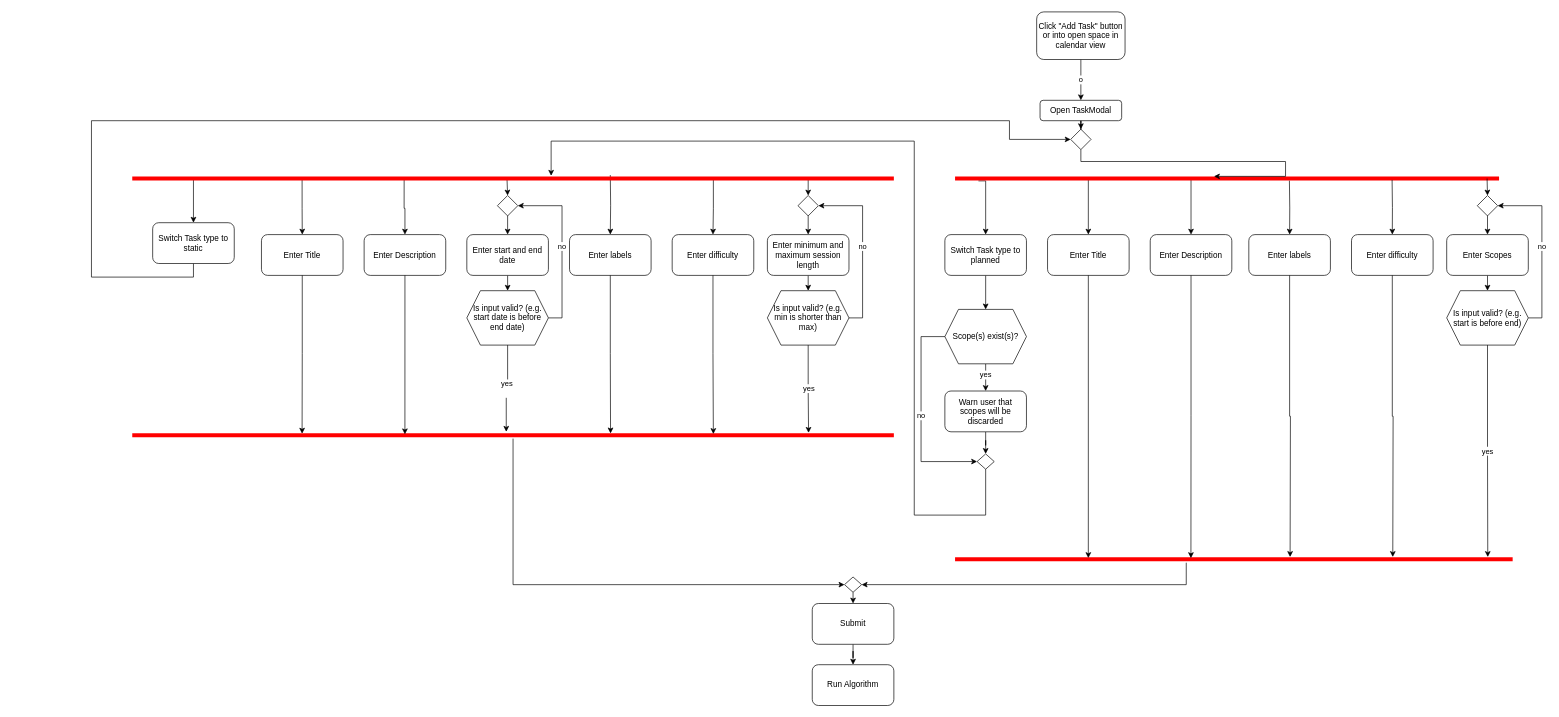
NI0-Name-Ideas-0/ChronoScope-models keeps this draw.io diagram as activity_create_task_userviewpoint.drawio. Above is the earlier version. Source tidied: cells renumbered, new cells numbered last; positions are measured from the earlier drawing's top-left corner, leaving out a move shared by most shapes. Both pictures are drawn from the tidied source at 68%, with x=0, y=0 at pixel (91, 12).
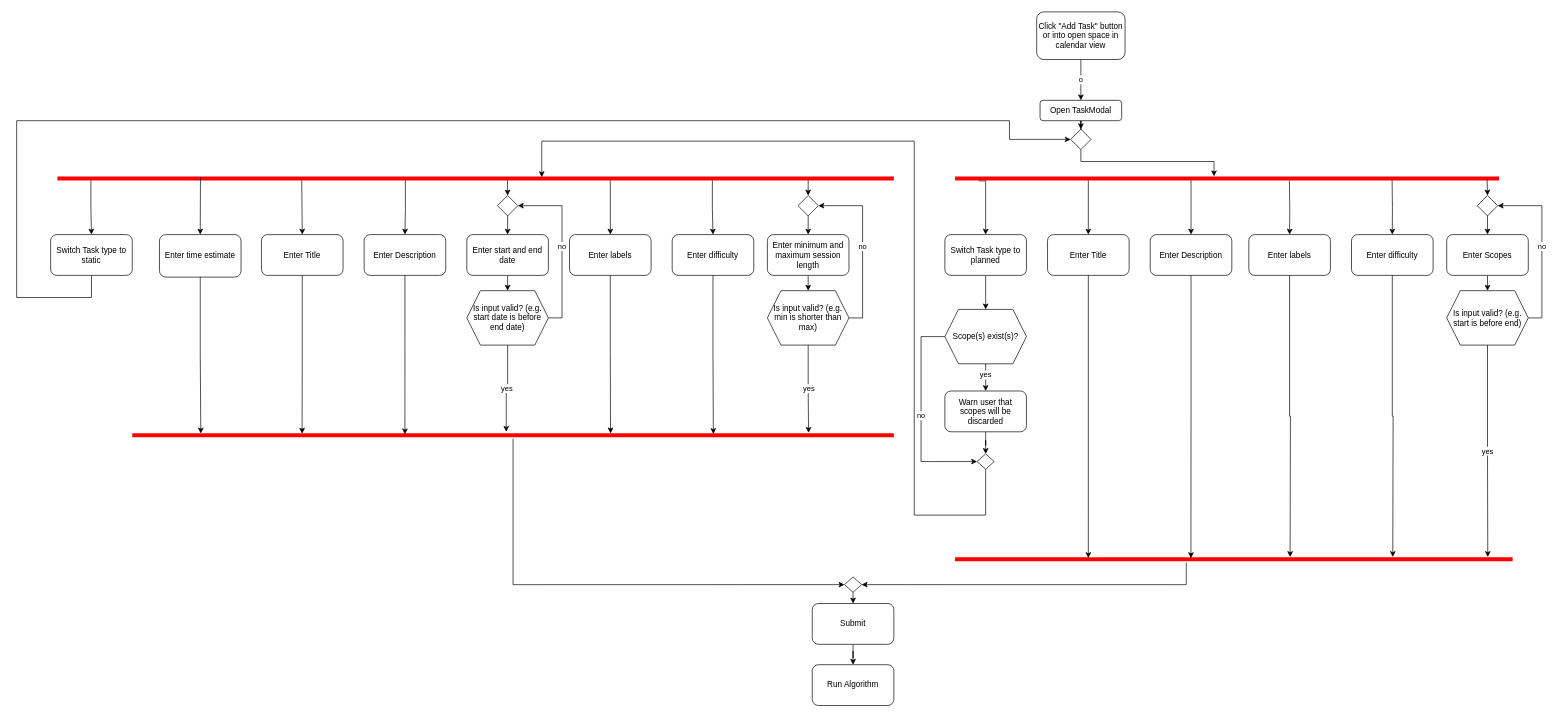
Above is the later version.

Commit message:
add time estimate to planned task modal

Unchanged cells that the change refers to:
```xml
<mxCell id="10" style="shape=line;html=1;strokeWidth=6;strokeColor=light-dark(#FF0000,#FFFFFF);" parent="1" vertex="1">
  <mxGeometry x="1270" y="240" width="800" height="10" as="geometry" />
</mxCell>
<mxCell id="27" style="rhombus;whiteSpace=wrap;html=1;" parent="1" vertex="1">
  <mxGeometry x="1302.4" y="650" width="25.2" height="22.5" as="geometry" />
</mxCell>
<mxCell id="31" style="rhombus;whiteSpace=wrap;html=1;" parent="1" vertex="1">
  <mxGeometry x="1440" y="172.5" width="30" height="30" as="geometry" />
</mxCell>
<mxCell id="45" value="Enter Title" style="rounded=1;whiteSpace=wrap;html=1;" parent="1" vertex="1">
  <mxGeometry x="250" y="327.5" width="120" height="60" as="geometry" />
</mxCell>
<mxCell id="46" value="Enter Description" style="rounded=1;whiteSpace=wrap;html=1;" parent="1" vertex="1">
  <mxGeometry x="401" y="327.5" width="120" height="60" as="geometry" />
</mxCell>
<mxCell id="51" value="Is input valid? (e.g. start date is before end date)" style="shape=hexagon;perimeter=hexagonPerimeter2;whiteSpace=wrap;html=1;fixedSize=1;" parent="1" vertex="1">
  <mxGeometry x="552" y="410" width="120" height="80" as="geometry" />
</mxCell>
<mxCell id="53" value="&lt;div&gt;Enter labels&lt;/div&gt;" style="rounded=1;whiteSpace=wrap;html=1;" parent="1" vertex="1">
  <mxGeometry x="703" y="327.5" width="120" height="60" as="geometry" />
</mxCell>
<mxCell id="54" value="Enter difficulty" style="rounded=1;whiteSpace=wrap;html=1;" parent="1" vertex="1">
  <mxGeometry x="854" y="327.5" width="120" height="60" as="geometry" />
</mxCell>
<mxCell id="55" style="rhombus;whiteSpace=wrap;html=1;" parent="1" vertex="1">
  <mxGeometry x="597" y="270" width="30" height="30" as="geometry" />
</mxCell>
<mxCell id="72" style="shape=line;html=1;strokeWidth=6;strokeColor=light-dark(#FF0000,#FFFFFF);" parent="1" vertex="1">
  <mxGeometry x="60" y="617.5" width="1120" height="10" as="geometry" />
</mxCell>
```

The edit, as a diff of the source:
```diff
@@
-    <mxCell id="19" style="edgeStyle=orthogonalEdgeStyle;rounded=0;jettySize=auto;html=1;exitX=0.077;exitY=0.5;exitDx=0;exitDy=0;exitPerimeter=0;" parent="1" edge="1" source="26" target="30">
-      <mxGeometry relative="1" as="geometry">
-        <Array as="points">
-          <mxPoint x="150" y="245" />
-        </Array>
-      </mxGeometry>
+    <mxCell id="19" style="edgeStyle=orthogonalEdgeStyle;rounded=0;jettySize=auto;html=1;exitX=0.04;exitY=0.533;exitDx=0;exitDy=0;exitPerimeter=0;" parent="1" edge="1" source="26" target="30">
+      <mxGeometry relative="1" as="geometry" />
     </mxCell>
@@
-    <mxCell id="21" style="edgeStyle=orthogonalEdgeStyle;rounded=0;jettySize=auto;html=1;exitX=0.763;exitY=0.574;exitDx=0;exitDy=0;exitPerimeter=0;" parent="1" edge="1" source="26" target="54">
+    <mxCell id="21" style="edgeStyle=orthogonalEdgeStyle;rounded=0;jettySize=auto;html=1;exitX=0.783;exitY=0.492;exitDx=0;exitDy=0;exitPerimeter=0;" parent="1" edge="1" source="26" target="54">
       <mxGeometry relative="1" as="geometry" />
     </mxCell>
-    <mxCell id="22" style="edgeStyle=orthogonalEdgeStyle;rounded=0;jettySize=auto;html=1;" parent="1" edge="1" target="53">
-      <mxGeometry relative="1" as="geometry">
-        <mxPoint x="763" y="240" as="sourcePoint" />
-      </mxGeometry>
+    <mxCell id="22" style="edgeStyle=orthogonalEdgeStyle;rounded=0;jettySize=auto;html=1;exitX=0.661;exitY=0.575;exitDx=0;exitDy=0;exitPerimeter=0;" parent="1" edge="1" source="26" target="53">
+      <mxGeometry relative="1" as="geometry" />
     </mxCell>
-    <mxCell id="23" style="edgeStyle=orthogonalEdgeStyle;rounded=0;jettySize=auto;html=1;exitX=0.492;exitY=0.342;exitDx=0;exitDy=0;exitPerimeter=0;entryX=0.5;entryY=0;entryDx=0;entryDy=0;" parent="1" edge="1" source="26" target="55">
+    <mxCell id="23" style="edgeStyle=orthogonalEdgeStyle;rounded=0;jettySize=auto;html=1;exitX=0.538;exitY=0.329;exitDx=0;exitDy=0;exitPerimeter=0;entryX=0.5;entryY=0;entryDx=0;entryDy=0;" parent="1" edge="1" source="26" target="55">
       <mxGeometry relative="1" as="geometry" />
     </mxCell>
-    <mxCell id="24" style="edgeStyle=orthogonalEdgeStyle;rounded=0;jettySize=auto;html=1;exitX=0.357;exitY=0.342;exitDx=0;exitDy=0;exitPerimeter=0;entryX=0.5;entryY=0;entryDx=0;entryDy=0;" parent="1" edge="1" source="26" target="46">
+    <mxCell id="24" style="edgeStyle=orthogonalEdgeStyle;rounded=0;jettySize=auto;html=1;exitX=0.416;exitY=0.329;exitDx=0;exitDy=0;exitPerimeter=0;entryX=0.5;entryY=0;entryDx=0;entryDy=0;" parent="1" edge="1" source="26" target="46">
       <mxGeometry relative="1" as="geometry" />
     </mxCell>
-    <mxCell id="25" style="edgeStyle=orthogonalEdgeStyle;rounded=0;jettySize=auto;html=1;exitX=0.223;exitY=0.513;exitDx=0;exitDy=0;exitPerimeter=0;entryX=0.5;entryY=0;entryDx=0;entryDy=0;" parent="1" edge="1" source="26" target="45">
-      <mxGeometry relative="1" as="geometry" />
+    <mxCell id="25" style="edgeStyle=orthogonalEdgeStyle;rounded=0;jettySize=auto;html=1;exitX=0.292;exitY=0.686;exitDx=0;exitDy=0;exitPerimeter=0;entryX=0.5;entryY=0;entryDx=0;entryDy=0;" parent="1" edge="1" source="26" target="45">
+      <mxGeometry relative="1" as="geometry">
+        <Array as="points">
+          <mxPoint x="309" y="245" />
+          <mxPoint x="310" y="245" />
+        </Array>
+      </mxGeometry>
     </mxCell>
     <mxCell id="26" style="shape=line;html=1;strokeWidth=6;strokeColor=light-dark(#FF0000,#FFFFFF);" parent="1" vertex="1">
-      <mxGeometry x="60" y="240" width="1120" height="10" as="geometry" />
+      <mxGeometry x="-50" y="240" width="1230" height="10" as="geometry" />
     </mxCell>
@@
-    <mxCell id="28" style="edgeStyle=orthogonalEdgeStyle;rounded=0;jettySize=auto;html=1;exitX=0.5;exitY=1;exitDx=0;exitDy=0;entryX=0.55;entryY=0.1;entryDx=0;entryDy=0;entryPerimeter=0;" parent="1" edge="1" source="27" target="26">
+    <mxCell id="28" style="edgeStyle=orthogonalEdgeStyle;rounded=0;jettySize=auto;html=1;exitX=0.5;exitY=1;exitDx=0;exitDy=0;entryX=0.579;entryY=0.3;entryDx=0;entryDy=0;entryPerimeter=0;" parent="1" edge="1" source="27" target="26">
       <mxGeometry relative="1" as="geometry">
         <Array as="points">
           <mxPoint x="1315" y="740" />
           <mxPoint x="1210" y="740" />
           <mxPoint x="1210" y="190" />
-          <mxPoint x="676" y="190" />
+          <mxPoint x="662" y="190" />
+          <mxPoint x="662" y="243" />
         </Array>
       </mxGeometry>
     </mxCell>
     <mxCell id="29" style="edgeStyle=orthogonalEdgeStyle;rounded=0;jettySize=auto;html=1;exitX=0.5;exitY=1;exitDx=0;exitDy=0;entryX=0;entryY=0.5;entryDx=0;entryDy=0;" parent="1" edge="1" source="30" target="31">
       <mxGeometry relative="1" as="geometry">
         <Array as="points">
-          <mxPoint x="150" y="390" />
-          <mxPoint y="390" />
-          <mxPoint y="160" />
+          <mxPoint y="420" />
+          <mxPoint x="-110" y="420" />
+          <mxPoint x="-110" y="160" />
           <mxPoint x="1350" y="160" />
           <mxPoint x="1350" y="188" />
         </Array>
       </mxGeometry>
     </mxCell>
     <mxCell id="30" value="Switch Task type to static" style="rounded=1;whiteSpace=wrap;html=1;" parent="1" vertex="1">
-      <mxGeometry x="90" y="310" width="120" height="60" as="geometry" />
+      <mxGeometry x="-60" y="327.5" width="120" height="60" as="geometry" />
     </mxCell>
@@
     <mxCell id="34" style="edgeStyle=orthogonalEdgeStyle;rounded=0;jettySize=auto;html=1;exitX=0.5;exitY=1;exitDx=0;exitDy=0;entryX=0.476;entryY=0.186;entryDx=0;entryDy=0;entryPerimeter=0;" parent="1" edge="1" source="31" target="10">
       <mxGeometry relative="1" as="geometry">
         <Array as="points">
           <mxPoint x="1455" y="220" />
-          <mxPoint x="1756" y="220" />
+          <mxPoint x="1650" y="220" />
+          <mxPoint x="1650" y="242" />
         </Array>
       </mxGeometry>
     </mxCell>
@@
-    <mxCell id="50" value="&lt;div&gt;yes&lt;/div&gt;&lt;div&gt;&lt;br&gt;&lt;/div&gt;" style="edgeStyle=orthogonalEdgeStyle;rounded=0;jettySize=auto;html=1;exitX=0.5;exitY=1;exitDx=0;exitDy=0;" parent="1" edge="1" source="51" target="72">
+    <mxCell id="50" value="&lt;div&gt;yes&lt;/div&gt;" style="edgeStyle=orthogonalEdgeStyle;rounded=0;jettySize=auto;html=1;exitX=0.5;exitY=1;exitDx=0;exitDy=0;" parent="1" edge="1" source="51" target="72">
       <mxGeometry relative="1" as="geometry">
         <Array as="points">
           <mxPoint x="612" y="554" />
           <mxPoint x="610" y="554" />
         </Array>
       </mxGeometry>
     </mxCell>
@@
+    <mxCell id="81" value="Enter time estimate" style="rounded=1;whiteSpace=wrap;html=1;" parent="1" vertex="1">
+      <mxGeometry x="100" y="327.5" width="120" height="62.5" as="geometry" />
+    </mxCell>
+    <mxCell id="82" style="edgeStyle=orthogonalEdgeStyle;rounded=0;jettySize=auto;html=1;exitX=0.171;exitY=0.529;exitDx=0;exitDy=0;exitPerimeter=0;entryX=0.5;entryY=0;entryDx=0;entryDy=0;" parent="1" edge="1" source="26" target="81">
+      <mxGeometry relative="1" as="geometry">
+        <Array as="points">
+          <mxPoint x="160" y="244" />
+        </Array>
+      </mxGeometry>
+    </mxCell>
+    <mxCell id="83" style="edgeStyle=orthogonalEdgeStyle;rounded=0;jettySize=auto;html=1;exitX=0.5;exitY=1;exitDx=0;exitDy=0;entryX=0.09;entryY=0.25;entryDx=0;entryDy=0;entryPerimeter=0;" parent="1" edge="1" source="81" target="72">
+      <mxGeometry relative="1" as="geometry" />
+    </mxCell>
```
